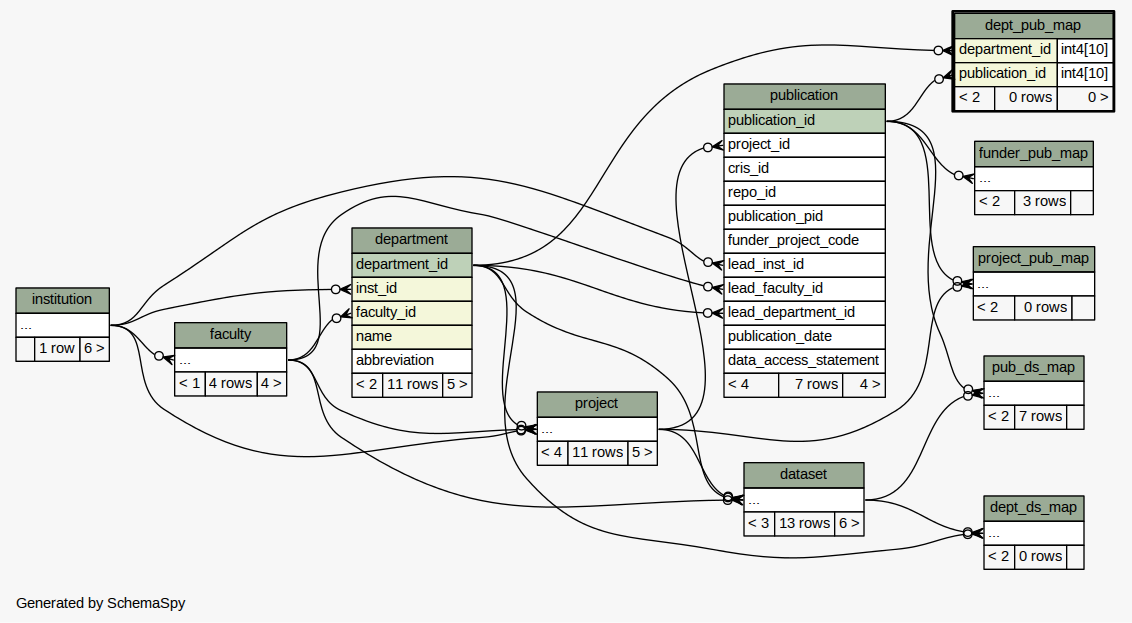
This is ss.out/diagrams/dept_pub_map.2degrees.png from lulibrary/dmao_infrastructure, a Graphviz export, as it was before one commit. Its source is kept beside it as ss.out/diagrams/dept_pub_map.2degrees.dot.
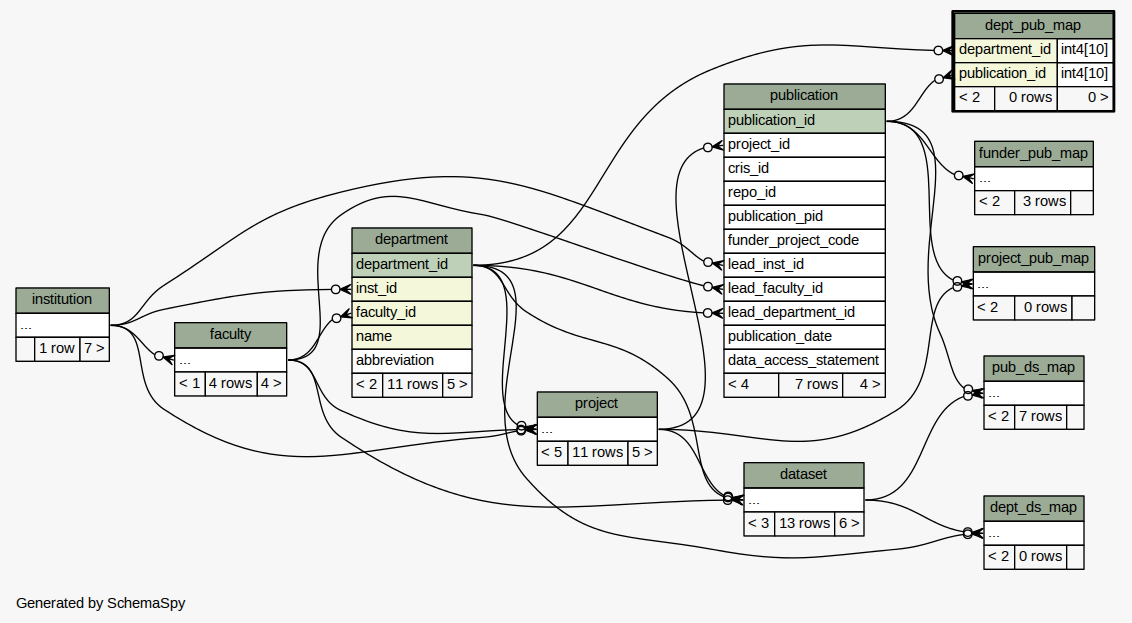
After the change.

The edit, as a diff of the source:
```diff
@@ -109,7 +109,7 @@
     <TABLE BORDER="0" CELLBORDER="1" CELLSPACING="0" BGCOLOR="#ffffff">
       <TR><TD COLSPAN="3" BGCOLOR="#9bab96" ALIGN="CENTER">institution</TD></TR>
       <TR><TD PORT="elipses" COLSPAN="3" ALIGN="LEFT">...</TD></TR>
-      <TR><TD ALIGN="LEFT" BGCOLOR="#f7f7f7">  </TD><TD ALIGN="RIGHT" BGCOLOR="#f7f7f7">1 row</TD><TD ALIGN="RIGHT" BGCOLOR="#f7f7f7">6 &gt;</TD></TR>
+      <TR><TD ALIGN="LEFT" BGCOLOR="#f7f7f7">  </TD><TD ALIGN="RIGHT" BGCOLOR="#f7f7f7">1 row</TD><TD ALIGN="RIGHT" BGCOLOR="#f7f7f7">7 &gt;</TD></TR>
     </TABLE>>
     URL="institution.html"
     tooltip="institution"
@@ -119,7 +119,7 @@
     <TABLE BORDER="0" CELLBORDER="1" CELLSPACING="0" BGCOLOR="#ffffff">
       <TR><TD COLSPAN="3" BGCOLOR="#9bab96" ALIGN="CENTER">project</TD></TR>
       <TR><TD PORT="elipses" COLSPAN="3" ALIGN="LEFT">...</TD></TR>
-      <TR><TD ALIGN="LEFT" BGCOLOR="#f7f7f7">&lt; 4</TD><TD ALIGN="RIGHT" BGCOLOR="#f7f7f7">11 rows</TD><TD ALIGN="RIGHT" BGCOLOR="#f7f7f7">5 &gt;</TD></TR>
+      <TR><TD ALIGN="LEFT" BGCOLOR="#f7f7f7">&lt; 5</TD><TD ALIGN="RIGHT" BGCOLOR="#f7f7f7">11 rows</TD><TD ALIGN="RIGHT" BGCOLOR="#f7f7f7">5 &gt;</TD></TR>
     </TABLE>>
     URL="project.html"
     tooltip="project"
```
